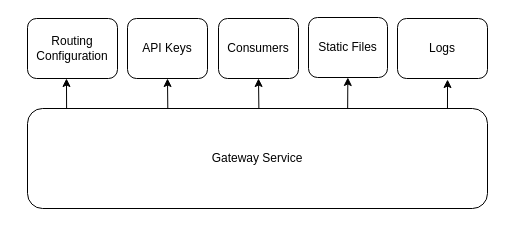
The draw.io diagram page "Components" (2 of 2) of Docs/Diagrams.drawio in PKPublicCode/SecuredApi, before the edit. Source tidied: cells renumbered, new cells numbered last; positions are measured from the earlier drawing's top-left corner, leaving out a move shared by most shapes. Both pictures are drawn from the tidied source at 100%, with x=0, y=0 at pixel (27, 17).
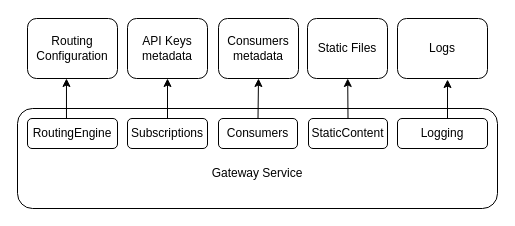
The same diagram, later.

Change to the diagram source:
```diff
@@
 <mxGraphModel>
   <root>
     <mxCell id="0" />
     <mxCell id="1" parent="0" />
-    <mxCell id="2" value="Gateway Service" style="rounded=1;whiteSpace=wrap;html=1;" parent="1" vertex="1">
-      <mxGeometry y="91" width="460" height="100" as="geometry" />
+    <mxCell id="2" value="&lt;div&gt;&lt;br&gt;&lt;/div&gt;&lt;div&gt;&lt;br&gt;&lt;/div&gt;Gateway Service" style="rounded=1;whiteSpace=wrap;html=1;" parent="1" vertex="1">
+      <mxGeometry x="-10" y="91" width="480" height="100" as="geometry" />
     </mxCell>
     <mxCell id="3" value="Routing Configuration" style="rounded=1;whiteSpace=wrap;html=1;" parent="1" vertex="1">
       <mxGeometry y="1" width="90" height="60" as="geometry" />
     </mxCell>
-    <mxCell id="4" value="API Keys" style="rounded=1;whiteSpace=wrap;html=1;" parent="1" vertex="1">
+    <mxCell id="4" value="API Keys metadata" style="rounded=1;whiteSpace=wrap;html=1;" parent="1" vertex="1">
       <mxGeometry x="100" y="1" width="80" height="60" as="geometry" />
     </mxCell>
-    <mxCell id="5" value="Consumers" style="rounded=1;whiteSpace=wrap;html=1;" parent="1" vertex="1">
+    <mxCell id="5" value="Consumers metadata" style="rounded=1;whiteSpace=wrap;html=1;" parent="1" vertex="1">
       <mxGeometry x="191" y="1" width="80" height="60" as="geometry" />
     </mxCell>
     <mxCell id="6" value="Static Files" style="rounded=1;whiteSpace=wrap;html=1;" parent="1" vertex="1">
-      <mxGeometry x="281" width="79" height="60" as="geometry" />
+      <mxGeometry x="280" y="1" width="80" height="60" as="geometry" />
     </mxCell>
     <mxCell id="7" value="Logs" style="rounded=1;whiteSpace=wrap;html=1;" parent="1" vertex="1">
       <mxGeometry x="370" y="1" width="90" height="60" as="geometry" />
     </mxCell>
-    <mxCell id="8" style="endArrow=classic;html=1;rounded=0;exitX=0.085;exitY=0;exitDx=0;exitDy=0;exitPerimeter=0;entryX=0.433;entryY=1;entryDx=0;entryDy=0;entryPerimeter=0;" parent="1" edge="1" source="2" target="3">
+    <mxCell id="8" style="endArrow=classic;html=1;rounded=0;exitX=0.433;exitY=0;exitDx=0;exitDy=0;exitPerimeter=0;entryX=0.433;entryY=1;entryDx=0;entryDy=0;entryPerimeter=0;" parent="1" edge="1" source="13" target="3">
       <mxGeometry relative="1" as="geometry" />
     </mxCell>
-    <mxCell id="9" style="endArrow=classic;html=1;rounded=0;entryX=0.5;entryY=1;entryDx=0;entryDy=0;exitX=0.305;exitY=-0.002;exitDx=0;exitDy=0;exitPerimeter=0;" parent="1" edge="1" source="2" target="4">
+    <mxCell id="9" style="endArrow=classic;html=1;rounded=0;entryX=0.5;entryY=1;entryDx=0;entryDy=0;exitX=0.5;exitY=0;exitDx=0;exitDy=0;" parent="1" edge="1" source="14" target="4">
       <mxGeometry relative="1" as="geometry" />
     </mxCell>
-    <mxCell id="10" style="endArrow=classic;html=1;rounded=0;entryX=0.5;entryY=1;entryDx=0;entryDy=0;exitX=0.503;exitY=0;exitDx=0;exitDy=0;exitPerimeter=0;" parent="1" edge="1" source="2" target="5">
+    <mxCell id="10" style="endArrow=classic;html=1;rounded=0;entryX=0.5;entryY=1;entryDx=0;entryDy=0;exitX=0.5;exitY=0;exitDx=0;exitDy=0;" parent="1" edge="1" source="15" target="5">
       <mxGeometry relative="1" as="geometry" />
     </mxCell>
-    <mxCell id="11" style="endArrow=classic;html=1;rounded=0;exitX=0.696;exitY=0;exitDx=0;exitDy=0;exitPerimeter=0;" parent="1" edge="1" source="2" target="6">
+    <mxCell id="11" style="endArrow=classic;html=1;rounded=0;exitX=0.5;exitY=0;exitDx=0;exitDy=0;" parent="1" edge="1" source="16" target="6">
       <mxGeometry relative="1" as="geometry" />
     </mxCell>
-    <mxCell id="12" style="endArrow=classic;html=1;rounded=0;entryX=0.556;entryY=1.017;entryDx=0;entryDy=0;entryPerimeter=0;exitX=0.913;exitY=0.002;exitDx=0;exitDy=0;exitPerimeter=0;" parent="1" edge="1" source="2" target="7">
-      <mxGeometry relative="1" as="geometry" />
+    <mxCell id="12" style="endArrow=classic;html=1;rounded=0;entryX=0.556;entryY=1.017;entryDx=0;entryDy=0;entryPerimeter=0;" parent="1" edge="1" target="7">
+      <mxGeometry relative="1" as="geometry">
+        <mxPoint x="420" y="101" as="sourcePoint" />
+      </mxGeometry>
     </mxCell>
+    <mxCell id="13" value="RoutingEngine" style="rounded=1;whiteSpace=wrap;html=1;" parent="1" vertex="1">
+      <mxGeometry y="101" width="90" height="30" as="geometry" />
+    </mxCell>
+    <mxCell id="14" value="Subscriptions" style="rounded=1;whiteSpace=wrap;html=1;" parent="1" vertex="1">
+      <mxGeometry x="100" y="101" width="80" height="30" as="geometry" />
+    </mxCell>
+    <mxCell id="15" value="Consumers" style="rounded=1;whiteSpace=wrap;html=1;" parent="1" vertex="1">
+      <mxGeometry x="191" y="101" width="79" height="30" as="geometry" />
+    </mxCell>
+    <mxCell id="16" value="StaticContent" style="rounded=1;whiteSpace=wrap;html=1;" parent="1" vertex="1">
+      <mxGeometry x="281" y="101" width="79" height="30" as="geometry" />
+    </mxCell>
+    <mxCell id="17" value="Logging" style="rounded=1;whiteSpace=wrap;html=1;" parent="1" vertex="1">
+      <mxGeometry x="370" y="101" width="90" height="30" as="geometry" />
+    </mxCell>
   </root>
 </mxGraphModel>
```
